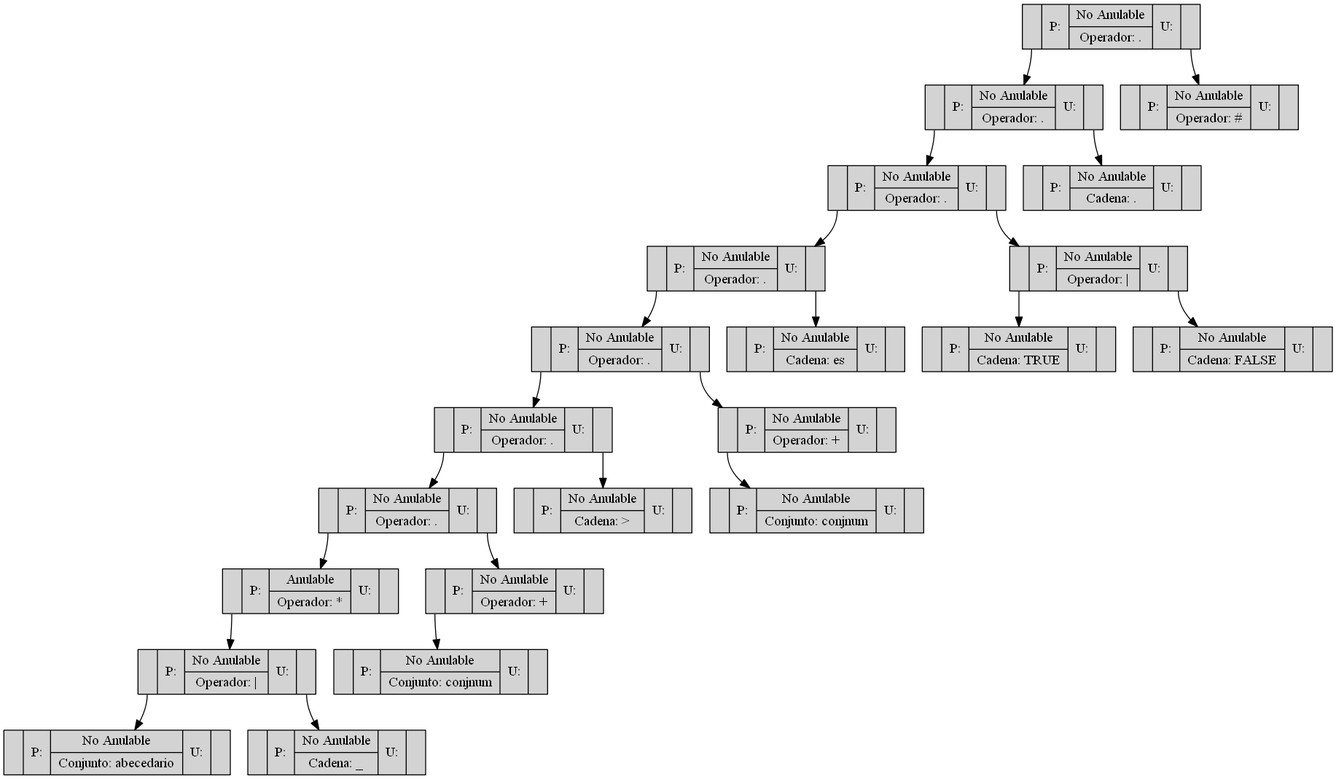
This is OLC1_Practica1_201701133/Arbol2.png from SelvinLP/-OLC1-Practica1_201701133, a Graphviz export, as it was before one commit. Its source is kept beside it as OLC1_Practica1_201701133/Arbol2.dot.
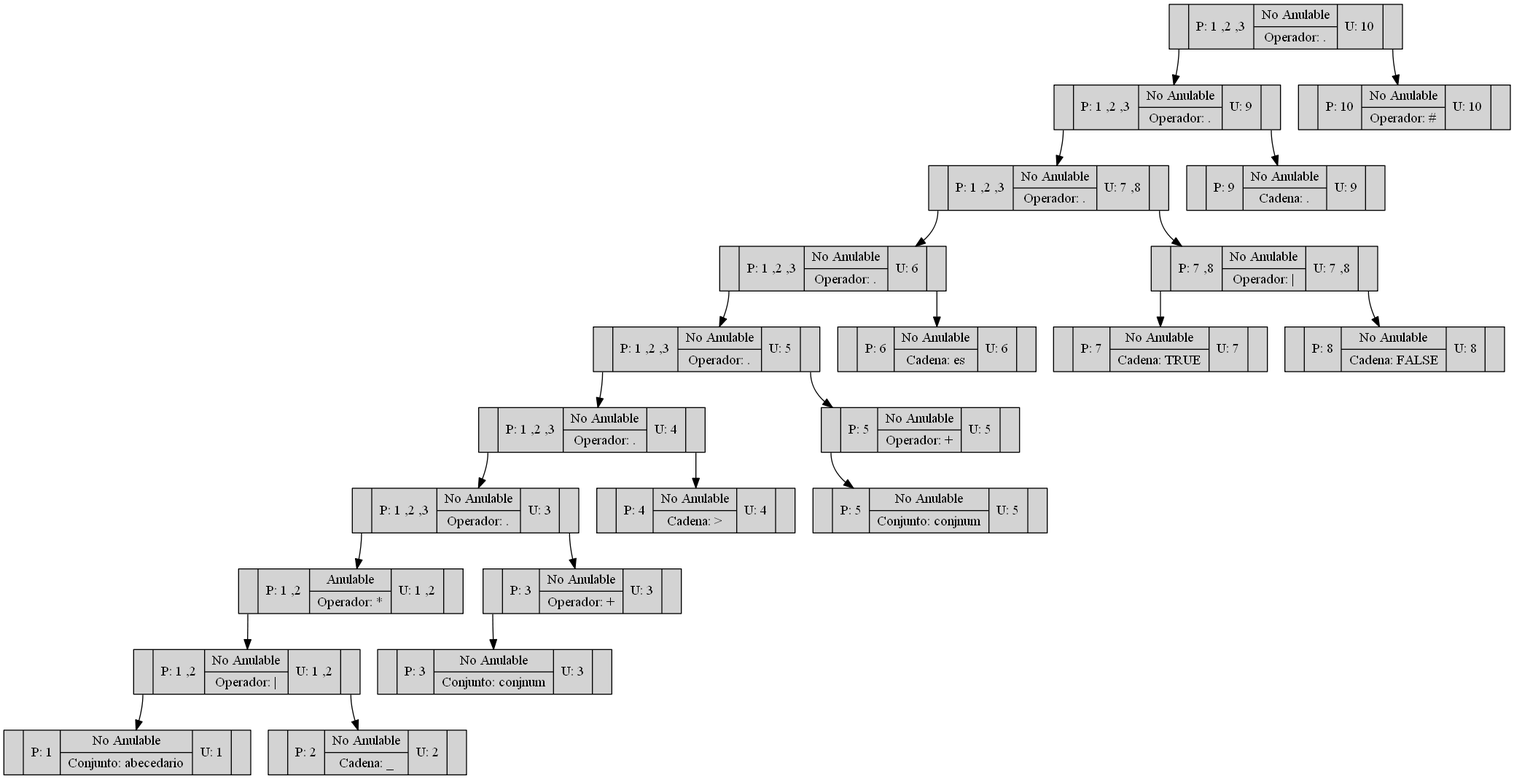
The same diagram one commit later.

The edit, as a diff of the source:
```diff
@@ -1,48 +1,48 @@
 digraph ARBOL {
 rankdir=TB
 node[shape=record,style=filled]
-"0"[label ="<C0>|P:|{<C1>No Anulable|Operador: \.}|U:|<C2>"];
-"2"[label ="<C0>|P:|{<C1>No Anulable|Operador: \.}|U:|<C2>"];
-"4"[label ="<C0>|P:|{<C1>No Anulable|Operador: \.}|U:|<C2>"];
-"5"[label ="<C0>|P:|{<C1>No Anulable|Operador: \.}|U:|<C2>"];
-"6"[label ="<C0>|P:|{<C1>No Anulable|Operador: \.}|U:|<C2>"];
-"7"[label ="<C0>|P:|{<C1>No Anulable|Operador: \.}|U:|<C2>"];
-"8"[label ="<C0>|P:|{<C1>No Anulable|Operador: \.}|U:|<C2>"];
-"9"[label ="<C0>|P:|{<C1>Anulable|Operador: \*}|U:|<C2>"];
-"10"[label ="<C0>|P:|{<C1>No Anulable|Operador: \|}|U:|<C2>"];
-"11"[label ="<C0>|P:|{<C1>No Anulable|Conjunto: abecedario}|U:|<C2>"];
+"0"[label ="<C0>|P: 1 ,2 ,3|{<C1>No Anulable|Operador: \.}|U: 10|<C2>"];
+"2"[label ="<C0>|P: 1 ,2 ,3|{<C1>No Anulable|Operador: \.}|U: 9|<C2>"];
+"4"[label ="<C0>|P: 1 ,2 ,3|{<C1>No Anulable|Operador: \.}|U: 7 ,8|<C2>"];
+"5"[label ="<C0>|P: 1 ,2 ,3|{<C1>No Anulable|Operador: \.}|U: 6|<C2>"];
+"6"[label ="<C0>|P: 1 ,2 ,3|{<C1>No Anulable|Operador: \.}|U: 5|<C2>"];
+"7"[label ="<C0>|P: 1 ,2 ,3|{<C1>No Anulable|Operador: \.}|U: 4|<C2>"];
+"8"[label ="<C0>|P: 1 ,2 ,3|{<C1>No Anulable|Operador: \.}|U: 3|<C2>"];
+"9"[label ="<C0>|P: 1 ,2|{<C1>Anulable|Operador: \*}|U: 1 ,2|<C2>"];
+"10"[label ="<C0>|P: 1 ,2|{<C1>No Anulable|Operador: \|}|U: 1 ,2|<C2>"];
+"11"[label ="<C0>|P: 1|{<C1>No Anulable|Conjunto: abecedario}|U: 1|<C2>"];
 "10":C0->"11";
-"12"[label ="<C0>|P:|{<C1>No Anulable|Cadena: \_}|U:|<C2>"];
+"12"[label ="<C0>|P: 2|{<C1>No Anulable|Cadena: \_}|U: 2|<C2>"];
 "10":C2->"12";
 "9":C0->"10";
 "8":C0->"9";
-"13"[label ="<C0>|P:|{<C1>No Anulable|Operador: \+}|U:|<C2>"];
-"14"[label ="<C0>|P:|{<C1>No Anulable|Conjunto: conjnum}|U:|<C2>"];
+"13"[label ="<C0>|P: 3|{<C1>No Anulable|Operador: \+}|U: 3|<C2>"];
+"14"[label ="<C0>|P: 3|{<C1>No Anulable|Conjunto: conjnum}|U: 3|<C2>"];
 "13":C0->"14";
 "8":C2->"13";
 "7":C0->"8";
-"15"[label ="<C0>|P:|{<C1>No Anulable|Cadena: \>}|U:|<C2>"];
+"15"[label ="<C0>|P: 4|{<C1>No Anulable|Cadena: \>}|U: 4|<C2>"];
 "7":C2->"15";
 "6":C0->"7";
-"16"[label ="<C0>|P:|{<C1>No Anulable|Operador: \+}|U:|<C2>"];
-"17"[label ="<C0>|P:|{<C1>No Anulable|Conjunto: conjnum}|U:|<C2>"];
+"16"[label ="<C0>|P: 5|{<C1>No Anulable|Operador: \+}|U: 5|<C2>"];
+"17"[label ="<C0>|P: 5|{<C1>No Anulable|Conjunto: conjnum}|U: 5|<C2>"];
 "16":C0->"17";
 "6":C2->"16";
 "5":C0->"6";
-"18"[label ="<C0>|P:|{<C1>No Anulable|Cadena: es }|U:|<C2>"];
+"18"[label ="<C0>|P: 6|{<C1>No Anulable|Cadena: es }|U: 6|<C2>"];
 "5":C2->"18";
 "4":C0->"5";
-"19"[label ="<C0>|P:|{<C1>No Anulable|Operador: \|}|U:|<C2>"];
-"20"[label ="<C0>|P:|{<C1>No Anulable|Cadena: TRUE}|U:|<C2>"];
+"19"[label ="<C0>|P: 7 ,8|{<C1>No Anulable|Operador: \|}|U: 7 ,8|<C2>"];
+"20"[label ="<C0>|P: 7|{<C1>No Anulable|Cadena: TRUE}|U: 7|<C2>"];
 "19":C0->"20";
-"21"[label ="<C0>|P:|{<C1>No Anulable|Cadena: FALSE}|U:|<C2>"];
+"21"[label ="<C0>|P: 8|{<C1>No Anulable|Cadena: FALSE}|U: 8|<C2>"];
 "19":C2->"21";
 "4":C2->"19";
 "2":C0->"4";
-"22"[label ="<C0>|P:|{<C1>No Anulable|Cadena: \.}|U:|<C2>"];
+"22"[label ="<C0>|P: 9|{<C1>No Anulable|Cadena: \.}|U: 9|<C2>"];
 "2":C2->"22";
 "0":C0->"2";
-"1"[label ="<C0>|P:|{<C1>No Anulable|Operador: \#}|U:|<C2>"];
+"1"[label ="<C0>|P: 10|{<C1>No Anulable|Operador: \#}|U: 10|<C2>"];
 "0":C2->"1";
 
 }
```
